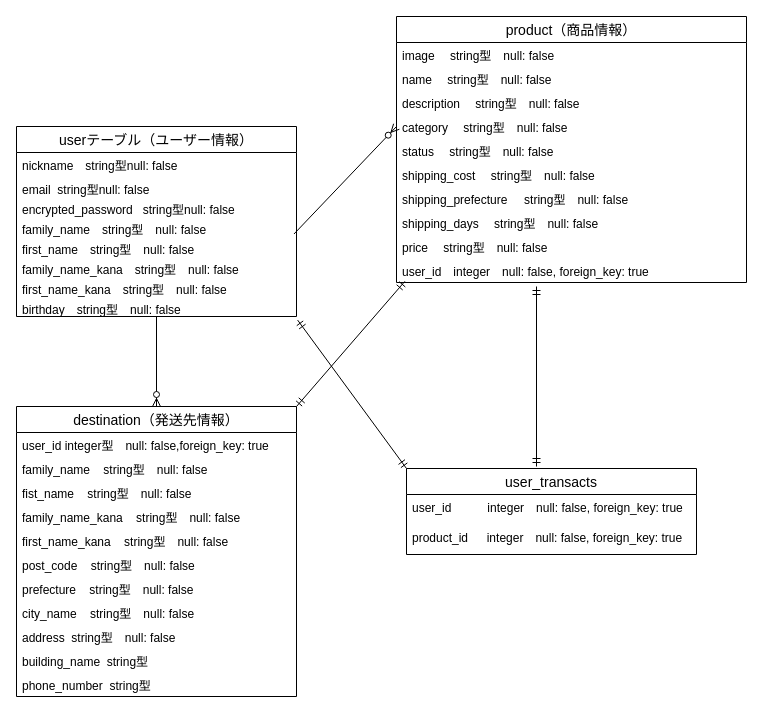
Earlier version of the draw.io diagram furima.dio (koukikubo/furima-39090). Source tidied: cells renumbered, new cells numbered last; positions are measured from the earlier drawing's top-left corner, leaving out a move shared by most shapes. Both pictures are drawn from the tidied source at 100%, with x=0, y=0 at pixel (16, 16).
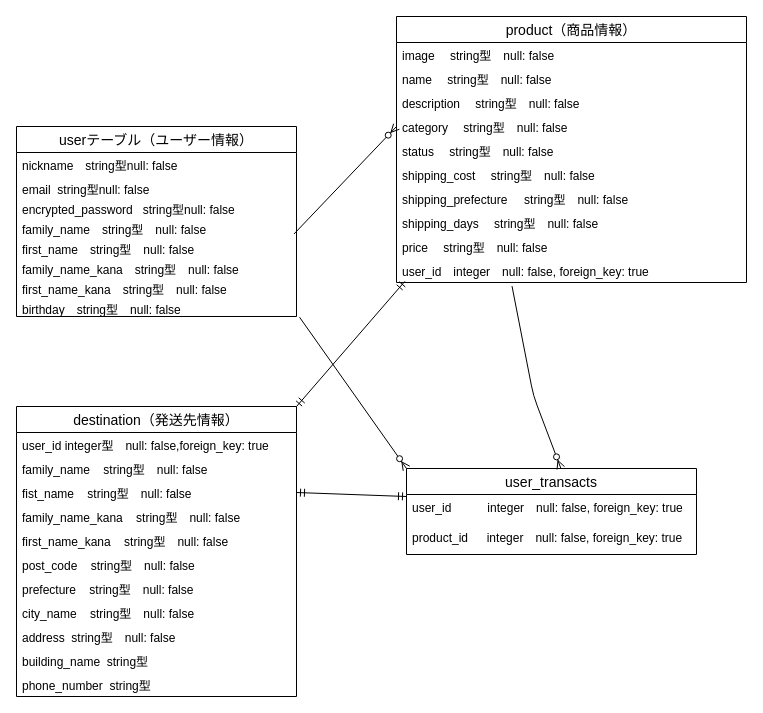
The same diagram, later.

The change refers to these unchanged cells:
```xml
<mxCell id="10" value="birthday　string型　null: false" style="text;strokeColor=none;fillColor=none;spacingLeft=4;spacingRight=4;overflow=hidden;points=[[0,0.5],[1,0.5]];portConstraint=eastwest;fontSize=12;" parent="2" vertex="1">
  <mxGeometry y="170" width="280" height="20" as="geometry" />
</mxCell>
<mxCell id="11" value="destination（発送先情報）" style="swimlane;fontStyle=0;horizontal=1;startSize=26;align=center;fontSize=14;" parent="1" vertex="1">
  <mxGeometry y="390" width="280" height="290" as="geometry" />
</mxCell>
<mxCell id="14" value="fist_name    string型　null: false" style="text;strokeColor=none;fillColor=none;spacingLeft=4;spacingRight=4;overflow=hidden;points=[[0,0.5],[1,0.5]];portConstraint=eastwest;fontSize=12;" parent="11" vertex="1">
  <mxGeometry y="74" width="280" height="24" as="geometry" />
</mxCell>
<mxCell id="33" value="user_id　integer　null: false, foreign_key: true" style="text;strokeColor=none;fillColor=none;spacingLeft=4;spacingRight=4;overflow=hidden;points=[[0,0.5],[1,0.5]];portConstraint=eastwest;fontSize=12;" parent="23" vertex="1">
  <mxGeometry y="242" width="350" height="24" as="geometry" />
</mxCell>
<mxCell id="34" value="user_transacts" style="swimlane;fontStyle=0;horizontal=1;startSize=26;align=center;fontSize=14;" parent="1" vertex="1">
  <mxGeometry x="390" y="452" width="290" height="86" as="geometry" />
</mxCell>
```

Change to the diagram source:
```diff
@@
-    <mxCell id="37" style="fontSize=12;html=1;endArrow=ERzeroToMany;endFill=1;entryX=0.5;entryY=0;entryDx=0;entryDy=0;" parent="1" edge="1" target="11">
-      <mxGeometry relative="1" as="geometry">
-        <mxPoint x="140" y="300" as="sourcePoint" />
-      </mxGeometry>
-    </mxCell>
-    <mxCell id="38" style="fontSize=12;html=1;endArrow=ERmandOne;startArrow=ERmandOne;" parent="1" edge="1">
-      <mxGeometry relative="1" as="geometry">
-        <mxPoint x="520" y="450" as="sourcePoint" />
-        <mxPoint x="520" y="270" as="targetPoint" />
-      </mxGeometry>
-    </mxCell>
@@
-    <mxCell id="40" style="fontSize=12;html=1;endArrow=ERmandOne;startArrow=ERmandOne;entryX=1.004;entryY=1.179;entryDx=0;entryDy=0;entryPerimeter=0;exitX=0;exitY=0;exitDx=0;exitDy=0;" parent="1" edge="1" source="34" target="10">
-      <mxGeometry relative="1" as="geometry" />
-    </mxCell>
@@
+    <mxCell id="42" style="fontSize=12;html=1;endArrow=ERzeroToMany;endFill=1;entryX=0;entryY=0;entryDx=0;entryDy=0;exitX=1.011;exitY=1.038;exitDx=0;exitDy=0;exitPerimeter=0;" parent="1" edge="1" source="10" target="34">
+      <mxGeometry relative="1" as="geometry" />
+    </mxCell>
+    <mxCell id="43" style="fontSize=12;html=1;endArrow=ERmandOne;startArrow=ERmandOne;entryX=0.024;entryY=0.951;entryDx=0;entryDy=0;entryPerimeter=0;exitX=1;exitY=0.5;exitDx=0;exitDy=0;" parent="1" edge="1" source="14">
+      <mxGeometry relative="1" as="geometry">
+        <mxPoint x="390" y="480" as="targetPoint" />
+      </mxGeometry>
+    </mxCell>
+    <mxCell id="44" style="fontSize=12;html=1;endArrow=ERzeroToMany;endFill=1;entryX=0.532;entryY=-0.005;entryDx=0;entryDy=0;exitX=0.33;exitY=1.149;exitDx=0;exitDy=0;exitPerimeter=0;entryPerimeter=0;" parent="1" edge="1" source="33" target="34">
+      <mxGeometry relative="1" as="geometry">
+        <Array as="points">
+          <mxPoint x="516.9" y="379.2" />
+        </Array>
+      </mxGeometry>
+    </mxCell>
```
